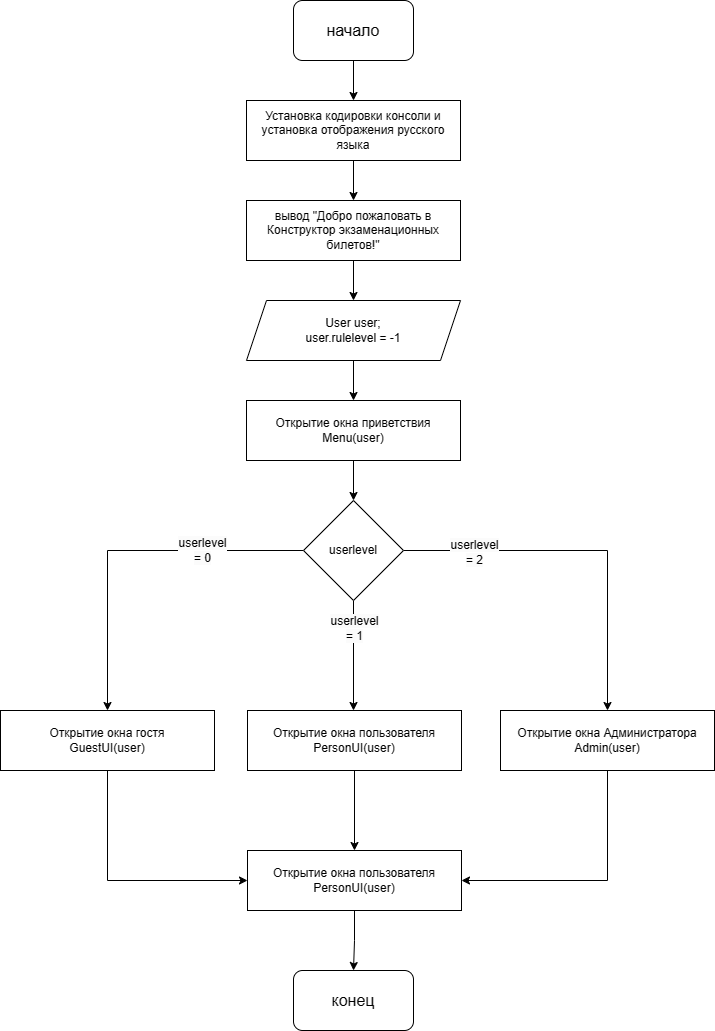
The draw.io diagram Diagrams/main.png in alrx31/ExamineConstructor, before a commit. Source tidied: cells renumbered, new cells last; positions are measured from the earlier drawing's top-left corner, leaving out a move shared by most shapes. The source it was exported from:
```xml
<mxGraphModel>
  <root>
    <mxCell id="0" />
    <mxCell id="1" parent="0" />
    <mxCell id="2" style="edgeStyle=orthogonalEdgeStyle;rounded=0;jettySize=auto;html=1;" parent="1" edge="1" source="3" target="5">
      <mxGeometry relative="1" as="geometry" />
    </mxCell>
    <mxCell id="3" value="&lt;font style=&quot;font-size: 16px;&quot;&gt;начало&lt;/font&gt;" style="rounded=1;whiteSpace=wrap;html=1;" parent="1" vertex="1">
      <mxGeometry x="293" width="120" height="60" as="geometry" />
    </mxCell>
    <mxCell id="4" style="edgeStyle=orthogonalEdgeStyle;rounded=0;jettySize=auto;html=1;" parent="1" edge="1" source="5" target="7">
      <mxGeometry relative="1" as="geometry" />
    </mxCell>
    <mxCell id="5" value="Установка кодировки консоли и установка отображения русского языка" style="rounded=0;whiteSpace=wrap;html=1;" parent="1" vertex="1">
      <mxGeometry x="246" y="100" width="214" height="60" as="geometry" />
    </mxCell>
    <mxCell id="6" style="edgeStyle=orthogonalEdgeStyle;rounded=0;jettySize=auto;html=1;" parent="1" edge="1" source="7" target="18">
      <mxGeometry relative="1" as="geometry" />
    </mxCell>
    <mxCell id="7" value="вывод &quot;Добро пожаловать в Конструктор экзаменационных билетов!&quot;" style="rounded=0;whiteSpace=wrap;html=1;" parent="1" vertex="1">
      <mxGeometry x="246" y="200" width="214" height="60" as="geometry" />
    </mxCell>
    <mxCell id="8" style="edgeStyle=orthogonalEdgeStyle;rounded=0;jettySize=auto;html=1;" parent="1" edge="1" source="18" target="10">
      <mxGeometry relative="1" as="geometry" />
    </mxCell>
    <mxCell id="9" style="edgeStyle=orthogonalEdgeStyle;rounded=0;jettySize=auto;html=1;" parent="1" edge="1" source="10" target="17">
      <mxGeometry relative="1" as="geometry" />
    </mxCell>
    <mxCell id="10" value="Открытие окна приветствия&lt;div&gt;Menu(user)&lt;/div&gt;" style="rounded=0;whiteSpace=wrap;html=1;" parent="1" vertex="1">
      <mxGeometry x="246" y="400" width="214" height="60" as="geometry" />
    </mxCell>
    <mxCell id="11" style="edgeStyle=orthogonalEdgeStyle;rounded=0;jettySize=auto;html=1;" parent="1" edge="1" source="17" target="20">
      <mxGeometry relative="1" as="geometry">
        <Array as="points">
          <mxPoint x="360" y="560" />
          <mxPoint x="360" y="560" />
        </Array>
      </mxGeometry>
    </mxCell>
    <mxCell id="12" value="&lt;span style=&quot;font-size: 12px; text-wrap: wrap; background-color: rgb(251, 251, 251);&quot;&gt;userlevel = 1&lt;/span&gt;" style="edgeLabel;html=1;align=center;verticalAlign=middle;" parent="11" vertex="1">
      <mxGeometry x="-0.51" relative="1" as="geometry" />
    </mxCell>
    <mxCell id="13" style="edgeStyle=orthogonalEdgeStyle;rounded=0;jettySize=auto;html=1;" parent="1" edge="1" source="17" target="22">
      <mxGeometry relative="1" as="geometry" />
    </mxCell>
    <mxCell id="14" value="&lt;span style=&quot;font-size: 12px; text-wrap: wrap; background-color: rgb(251, 251, 251);&quot;&gt;userlevel = 2&lt;/span&gt;" style="edgeLabel;html=1;align=center;verticalAlign=middle;" parent="13" vertex="1">
      <mxGeometry x="-0.62" y="-1" relative="1" as="geometry" />
    </mxCell>
    <mxCell id="15" style="edgeStyle=orthogonalEdgeStyle;rounded=0;jettySize=auto;html=1;" parent="1" edge="1" source="17" target="23">
      <mxGeometry relative="1" as="geometry" />
    </mxCell>
    <mxCell id="16" value="&lt;span style=&quot;font-size: 12px; text-wrap: wrap; background-color: rgb(251, 251, 251);&quot;&gt;userlevel = 0&lt;/span&gt;" style="edgeLabel;html=1;align=center;verticalAlign=middle;" parent="15" vertex="1">
      <mxGeometry x="-0.43" y="-1" relative="1" as="geometry" />
    </mxCell>
    <mxCell id="17" value="userlevel" style="rhombus;whiteSpace=wrap;html=1;" parent="1" vertex="1">
      <mxGeometry x="303" y="500" width="100" height="100" as="geometry" />
    </mxCell>
    <mxCell id="18" value="&lt;div&gt;User user;&lt;/div&gt;&lt;div&gt;user.rulelevel = -1&lt;/div&gt;" style="shape=parallelogram;perimeter=parallelogramPerimeter;whiteSpace=wrap;html=1;fixedSize=1;" parent="1" vertex="1">
      <mxGeometry x="246" y="300" width="214" height="60" as="geometry" />
    </mxCell>
    <mxCell id="19" style="edgeStyle=orthogonalEdgeStyle;rounded=0;jettySize=auto;html=1;" parent="1" edge="1" source="20" target="25">
      <mxGeometry relative="1" as="geometry" />
    </mxCell>
    <mxCell id="20" value="Открытие окна пользователя&lt;div&gt;PersonUI(user)&lt;/div&gt;" style="rounded=0;whiteSpace=wrap;html=1;" parent="1" vertex="1">
      <mxGeometry x="247" y="710" width="214" height="60" as="geometry" />
    </mxCell>
    <mxCell id="21" style="edgeStyle=orthogonalEdgeStyle;rounded=0;jettySize=auto;html=1;entryX=1;entryY=0.5;entryDx=0;entryDy=0;exitX=0.5;exitY=1;exitDx=0;exitDy=0;" parent="1" edge="1" source="22" target="25">
      <mxGeometry relative="1" as="geometry">
        <Array as="points">
          <mxPoint x="607" y="880" />
        </Array>
      </mxGeometry>
    </mxCell>
    <mxCell id="22" value="Открытие окна Администратора&lt;div&gt;Admin(user)&lt;/div&gt;" style="rounded=0;whiteSpace=wrap;html=1;" parent="1" vertex="1">
      <mxGeometry x="500" y="710" width="214" height="60" as="geometry" />
    </mxCell>
    <mxCell id="23" value="Открытие окна гостя&lt;div&gt;GuestUI(user)&lt;/div&gt;" style="rounded=0;whiteSpace=wrap;html=1;" parent="1" vertex="1">
      <mxGeometry y="710" width="214" height="60" as="geometry" />
    </mxCell>
    <mxCell id="24" style="edgeStyle=orthogonalEdgeStyle;rounded=0;jettySize=auto;html=1;" parent="1" edge="1" source="25" target="26">
      <mxGeometry relative="1" as="geometry" />
    </mxCell>
    <mxCell id="25" value="Открытие окна пользователя&lt;div&gt;PersonUI(user)&lt;/div&gt;" style="rounded=0;whiteSpace=wrap;html=1;" parent="1" vertex="1">
      <mxGeometry x="247" y="850" width="214" height="60" as="geometry" />
    </mxCell>
    <mxCell id="26" value="&lt;span style=&quot;font-size: 16px;&quot;&gt;конец&lt;/span&gt;" style="rounded=1;whiteSpace=wrap;html=1;" parent="1" vertex="1">
      <mxGeometry x="293" y="970" width="120" height="60" as="geometry" />
    </mxCell>
    <mxCell id="27" style="edgeStyle=orthogonalEdgeStyle;rounded=0;jettySize=auto;html=1;exitX=0.5;exitY=1;exitDx=0;exitDy=0;" parent="1" edge="1" source="23" target="25">
      <mxGeometry relative="1" as="geometry">
        <Array as="points">
          <mxPoint x="107" y="880" />
        </Array>
      </mxGeometry>
    </mxCell>
  </root>
</mxGraphModel>
```
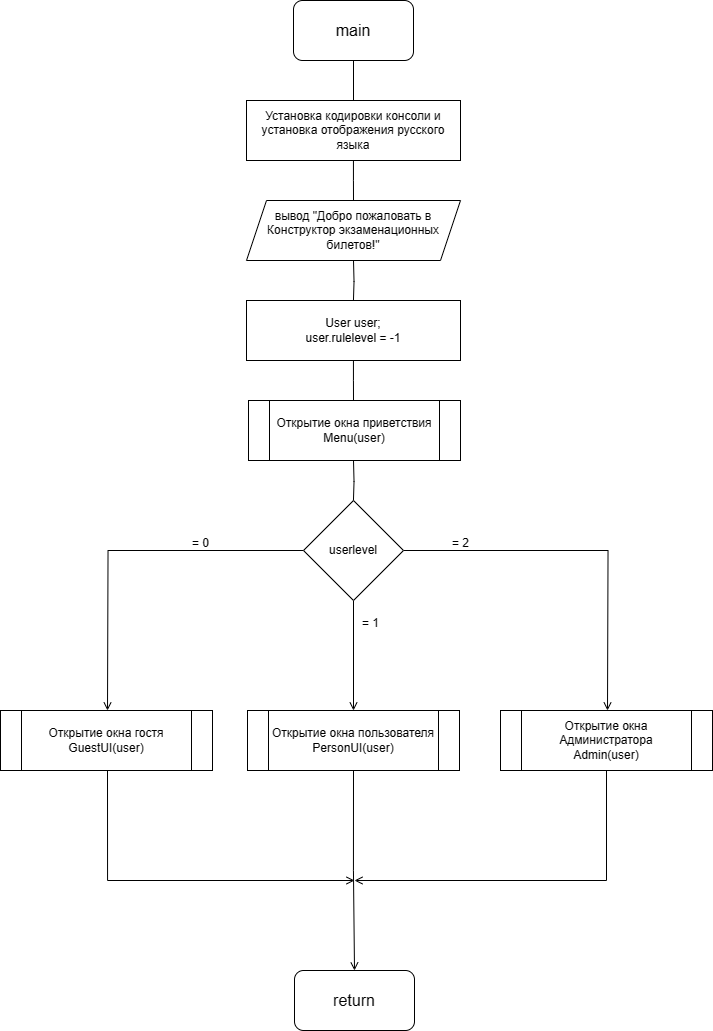
Later version of the same file.

The edit, as a diff of the source:
```diff
@@ -2,96 +2,109 @@
   <root>
     <mxCell id="0" />
     <mxCell id="1" parent="0" />
-    <mxCell id="2" style="edgeStyle=orthogonalEdgeStyle;rounded=0;jettySize=auto;html=1;" parent="1" edge="1" source="3" target="5">
+    <mxCell id="2" style="edgeStyle=orthogonalEdgeStyle;rounded=0;jettySize=auto;html=1;endArrow=none;endFill=0;" parent="1" edge="1" source="3" target="5">
       <mxGeometry relative="1" as="geometry" />
     </mxCell>
-    <mxCell id="3" value="&lt;font style=&quot;font-size: 16px;&quot;&gt;начало&lt;/font&gt;" style="rounded=1;whiteSpace=wrap;html=1;" parent="1" vertex="1">
+    <mxCell id="3" value="&lt;span style=&quot;font-size: 16px;&quot;&gt;main&lt;/span&gt;" style="rounded=1;whiteSpace=wrap;html=1;" parent="1" vertex="1">
       <mxGeometry x="293" width="120" height="60" as="geometry" />
     </mxCell>
-    <mxCell id="4" style="edgeStyle=orthogonalEdgeStyle;rounded=0;jettySize=auto;html=1;" parent="1" edge="1" source="5" target="7">
-      <mxGeometry relative="1" as="geometry" />
+    <mxCell id="4" style="edgeStyle=orthogonalEdgeStyle;rounded=0;jettySize=auto;html=1;endArrow=none;endFill=0;" parent="1" edge="1" source="5">
+      <mxGeometry relative="1" as="geometry">
+        <mxPoint x="353" y="200" as="targetPoint" />
+      </mxGeometry>
     </mxCell>
     <mxCell id="5" value="Установка кодировки консоли и установка отображения русского языка" style="rounded=0;whiteSpace=wrap;html=1;" parent="1" vertex="1">
       <mxGeometry x="246" y="100" width="214" height="60" as="geometry" />
     </mxCell>
-    <mxCell id="6" style="edgeStyle=orthogonalEdgeStyle;rounded=0;jettySize=auto;html=1;" parent="1" edge="1" source="7" target="18">
-      <mxGeometry relative="1" as="geometry" />
+    <mxCell id="6" style="edgeStyle=orthogonalEdgeStyle;rounded=0;jettySize=auto;html=1;endArrow=none;endFill=0;" parent="1" edge="1" target="18">
+      <mxGeometry relative="1" as="geometry">
+        <mxPoint x="353" y="260" as="sourcePoint" />
+      </mxGeometry>
     </mxCell>
-    <mxCell id="7" value="вывод &quot;Добро пожаловать в Конструктор экзаменационных билетов!&quot;" style="rounded=0;whiteSpace=wrap;html=1;" parent="1" vertex="1">
-      <mxGeometry x="246" y="200" width="214" height="60" as="geometry" />
-    </mxCell>
-    <mxCell id="8" style="edgeStyle=orthogonalEdgeStyle;rounded=0;jettySize=auto;html=1;" parent="1" edge="1" source="18" target="10">
-      <mxGeometry relative="1" as="geometry" />
+    <mxCell id="8" style="edgeStyle=orthogonalEdgeStyle;rounded=0;jettySize=auto;html=1;endArrow=none;endFill=0;" parent="1" edge="1" source="18">
+      <mxGeometry relative="1" as="geometry">
+        <mxPoint x="353" y="400" as="targetPoint" />
+      </mxGeometry>
     </mxCell>
-    <mxCell id="9" style="edgeStyle=orthogonalEdgeStyle;rounded=0;jettySize=auto;html=1;" parent="1" edge="1" source="10" target="17">
-      <mxGeometry relative="1" as="geometry" />
+    <mxCell id="9" style="edgeStyle=orthogonalEdgeStyle;rounded=0;jettySize=auto;html=1;endArrow=none;endFill=0;" parent="1" edge="1" target="17">
+      <mxGeometry relative="1" as="geometry">
+        <mxPoint x="353" y="460" as="sourcePoint" />
+      </mxGeometry>
     </mxCell>
-    <mxCell id="10" value="Открытие окна приветствия&lt;div&gt;Menu(user)&lt;/div&gt;" style="rounded=0;whiteSpace=wrap;html=1;" parent="1" vertex="1">
-      <mxGeometry x="246" y="400" width="214" height="60" as="geometry" />
-    </mxCell>
-    <mxCell id="11" style="edgeStyle=orthogonalEdgeStyle;rounded=0;jettySize=auto;html=1;" parent="1" edge="1" source="17" target="20">
+    <mxCell id="11" style="edgeStyle=orthogonalEdgeStyle;rounded=0;jettySize=auto;html=1;endArrow=open;endFill=0;" parent="1" edge="1" source="17">
       <mxGeometry relative="1" as="geometry">
+        <mxPoint x="353" y="710" as="targetPoint" />
         <Array as="points">
           <mxPoint x="360" y="560" />
           <mxPoint x="360" y="560" />
         </Array>
       </mxGeometry>
     </mxCell>
-    <mxCell id="12" value="&lt;span style=&quot;font-size: 12px; text-wrap: wrap; background-color: rgb(251, 251, 251);&quot;&gt;userlevel = 1&lt;/span&gt;" style="edgeLabel;html=1;align=center;verticalAlign=middle;" parent="11" vertex="1">
-      <mxGeometry x="-0.51" relative="1" as="geometry" />
-    </mxCell>
-    <mxCell id="13" style="edgeStyle=orthogonalEdgeStyle;rounded=0;jettySize=auto;html=1;" parent="1" edge="1" source="17" target="22">
-      <mxGeometry relative="1" as="geometry" />
+    <mxCell id="13" style="edgeStyle=orthogonalEdgeStyle;rounded=0;jettySize=auto;html=1;endArrow=open;endFill=0;" parent="1" edge="1" source="17">
+      <mxGeometry relative="1" as="geometry">
+        <mxPoint x="607" y="710" as="targetPoint" />
+      </mxGeometry>
     </mxCell>
-    <mxCell id="14" value="&lt;span style=&quot;font-size: 12px; text-wrap: wrap; background-color: rgb(251, 251, 251);&quot;&gt;userlevel = 2&lt;/span&gt;" style="edgeLabel;html=1;align=center;verticalAlign=middle;" parent="13" vertex="1">
-      <mxGeometry x="-0.62" y="-1" relative="1" as="geometry" />
-    </mxCell>
-    <mxCell id="15" style="edgeStyle=orthogonalEdgeStyle;rounded=0;jettySize=auto;html=1;" parent="1" edge="1" source="17" target="23">
-      <mxGeometry relative="1" as="geometry" />
+    <mxCell id="15" style="edgeStyle=orthogonalEdgeStyle;rounded=0;jettySize=auto;html=1;endArrow=open;endFill=0;" parent="1" edge="1" source="17">
+      <mxGeometry relative="1" as="geometry">
+        <mxPoint x="107" y="710" as="targetPoint" />
+      </mxGeometry>
     </mxCell>
-    <mxCell id="16" value="&lt;span style=&quot;font-size: 12px; text-wrap: wrap; background-color: rgb(251, 251, 251);&quot;&gt;userlevel = 0&lt;/span&gt;" style="edgeLabel;html=1;align=center;verticalAlign=middle;" parent="15" vertex="1">
-      <mxGeometry x="-0.43" y="-1" relative="1" as="geometry" />
-    </mxCell>
     <mxCell id="17" value="userlevel" style="rhombus;whiteSpace=wrap;html=1;" parent="1" vertex="1">
       <mxGeometry x="303" y="500" width="100" height="100" as="geometry" />
     </mxCell>
-    <mxCell id="18" value="&lt;div&gt;User user;&lt;/div&gt;&lt;div&gt;user.rulelevel = -1&lt;/div&gt;" style="shape=parallelogram;perimeter=parallelogramPerimeter;whiteSpace=wrap;html=1;fixedSize=1;" parent="1" vertex="1">
+    <mxCell id="18" value="&lt;div&gt;User user;&lt;/div&gt;&lt;div&gt;user.rulelevel = -1&lt;/div&gt;" style="shape=parallelogram;perimeter=parallelogramPerimeter;whiteSpace=wrap;html=1;fixedSize=1;size=-16;" parent="1" vertex="1">
       <mxGeometry x="246" y="300" width="214" height="60" as="geometry" />
     </mxCell>
-    <mxCell id="19" style="edgeStyle=orthogonalEdgeStyle;rounded=0;jettySize=auto;html=1;" parent="1" edge="1" source="20" target="25">
-      <mxGeometry relative="1" as="geometry" />
-    </mxCell>
-    <mxCell id="20" value="Открытие окна пользователя&lt;div&gt;PersonUI(user)&lt;/div&gt;" style="rounded=0;whiteSpace=wrap;html=1;" parent="1" vertex="1">
-      <mxGeometry x="247" y="710" width="214" height="60" as="geometry" />
-    </mxCell>
-    <mxCell id="21" style="edgeStyle=orthogonalEdgeStyle;rounded=0;jettySize=auto;html=1;entryX=1;entryY=0.5;entryDx=0;entryDy=0;exitX=0.5;exitY=1;exitDx=0;exitDy=0;" parent="1" edge="1" source="22" target="25">
+    <mxCell id="21" style="edgeStyle=orthogonalEdgeStyle;rounded=0;orthogonalLoop=1;jettySize=auto;html=1;exitX=0.5;exitY=1;exitDx=0;exitDy=0;endArrow=open;endFill=0;" parent="1" edge="1">
       <mxGeometry relative="1" as="geometry">
+        <mxPoint x="606" y="770" as="sourcePoint" />
+        <mxPoint x="354" y="880" as="targetPoint" />
         <Array as="points">
-          <mxPoint x="607" y="880" />
+          <mxPoint x="606" y="880" />
+          <mxPoint x="354" y="880" />
         </Array>
       </mxGeometry>
     </mxCell>
-    <mxCell id="22" value="Открытие окна Администратора&lt;div&gt;Admin(user)&lt;/div&gt;" style="rounded=0;whiteSpace=wrap;html=1;" parent="1" vertex="1">
-      <mxGeometry x="500" y="710" width="214" height="60" as="geometry" />
-    </mxCell>
-    <mxCell id="23" value="Открытие окна гостя&lt;div&gt;GuestUI(user)&lt;/div&gt;" style="rounded=0;whiteSpace=wrap;html=1;" parent="1" vertex="1">
-      <mxGeometry y="710" width="214" height="60" as="geometry" />
-    </mxCell>
-    <mxCell id="24" style="edgeStyle=orthogonalEdgeStyle;rounded=0;jettySize=auto;html=1;" parent="1" edge="1" source="25" target="26">
-      <mxGeometry relative="1" as="geometry" />
-    </mxCell>
-    <mxCell id="25" value="Открытие окна пользователя&lt;div&gt;PersonUI(user)&lt;/div&gt;" style="rounded=0;whiteSpace=wrap;html=1;" parent="1" vertex="1">
-      <mxGeometry x="247" y="850" width="214" height="60" as="geometry" />
-    </mxCell>
-    <mxCell id="26" value="&lt;span style=&quot;font-size: 16px;&quot;&gt;конец&lt;/span&gt;" style="rounded=1;whiteSpace=wrap;html=1;" parent="1" vertex="1">
-      <mxGeometry x="293" y="970" width="120" height="60" as="geometry" />
+    <mxCell id="26" value="&lt;span style=&quot;font-size: 16px;&quot;&gt;return&lt;/span&gt;" style="rounded=1;whiteSpace=wrap;html=1;" parent="1" vertex="1">
+      <mxGeometry x="294" y="970" width="120" height="60" as="geometry" />
     </mxCell>
-    <mxCell id="27" style="edgeStyle=orthogonalEdgeStyle;rounded=0;jettySize=auto;html=1;exitX=0.5;exitY=1;exitDx=0;exitDy=0;" parent="1" edge="1" source="23" target="25">
+    <mxCell id="27" style="edgeStyle=orthogonalEdgeStyle;rounded=0;orthogonalLoop=1;jettySize=auto;html=1;exitX=0.5;exitY=1;exitDx=0;exitDy=0;endArrow=open;endFill=0;" parent="1" edge="1">
       <mxGeometry relative="1" as="geometry">
+        <mxPoint x="107" y="770" as="sourcePoint" />
+        <mxPoint x="354" y="880" as="targetPoint" />
         <Array as="points">
           <mxPoint x="107" y="880" />
+          <mxPoint x="354" y="880" />
         </Array>
       </mxGeometry>
     </mxCell>
+    <mxCell id="28" value="= 2" style="text;html=1;align=center;verticalAlign=middle;strokeColor=none;fillColor=none;" parent="1" vertex="1">
+      <mxGeometry x="440" y="528" width="40" height="30" as="geometry" />
+    </mxCell>
+    <mxCell id="29" value="= 1" style="text;html=1;align=center;verticalAlign=middle;strokeColor=none;fillColor=none;" parent="1" vertex="1">
+      <mxGeometry x="350" y="608" width="40" height="30" as="geometry" />
+    </mxCell>
+    <mxCell id="30" value="= 0" style="text;html=1;align=center;verticalAlign=middle;strokeColor=none;fillColor=none;" parent="1" vertex="1">
+      <mxGeometry x="180" y="528" width="40" height="30" as="geometry" />
+    </mxCell>
+    <mxCell id="7" value="вывод &quot;Добро пожаловать в Конструктор экзаменационных билетов!&quot;" style="shape=parallelogram;perimeter=parallelogramPerimeter;whiteSpace=wrap;html=1;fixedSize=1;" parent="1" vertex="1">
+      <mxGeometry x="246" y="200" width="214" height="60" as="geometry" />
+    </mxCell>
+    <mxCell id="10" value="Открытие окна приветствия&lt;div&gt;Menu(user)&lt;/div&gt;" style="shape=process;whiteSpace=wrap;html=1;backgroundOutline=1;" parent="1" vertex="1">
+      <mxGeometry x="248" y="400" width="212" height="60" as="geometry" />
+    </mxCell>
+    <mxCell id="31" style="edgeStyle=orthogonalEdgeStyle;rounded=0;jettySize=auto;html=1;exitX=0.5;exitY=1;exitDx=0;exitDy=0;entryX=0.5;entryY=0;entryDx=0;entryDy=0;endArrow=open;endFill=0;" parent="1" edge="1" source="32" target="26">
+      <mxGeometry relative="1" as="geometry" />
+    </mxCell>
+    <mxCell id="32" value="Открытие окна пользователя&lt;div&gt;PersonUI(user)&lt;/div&gt;" style="shape=process;whiteSpace=wrap;html=1;backgroundOutline=1;" parent="1" vertex="1">
+      <mxGeometry x="247" y="710" width="212" height="60" as="geometry" />
+    </mxCell>
+    <mxCell id="23" value="Открытие окна гостя&lt;div&gt;GuestUI(user)&lt;/div&gt;" style="shape=process;whiteSpace=wrap;html=1;backgroundOutline=1;" parent="1" vertex="1">
+      <mxGeometry y="710" width="212" height="60" as="geometry" />
+    </mxCell>
+    <mxCell id="22" value="Открытие окна Администратора&lt;div&gt;Admin(user)&lt;/div&gt;" style="shape=process;whiteSpace=wrap;html=1;backgroundOutline=1;" parent="1" vertex="1">
+      <mxGeometry x="500" y="710" width="212" height="60" as="geometry" />
+    </mxCell>
   </root>
 </mxGraphModel>
```
